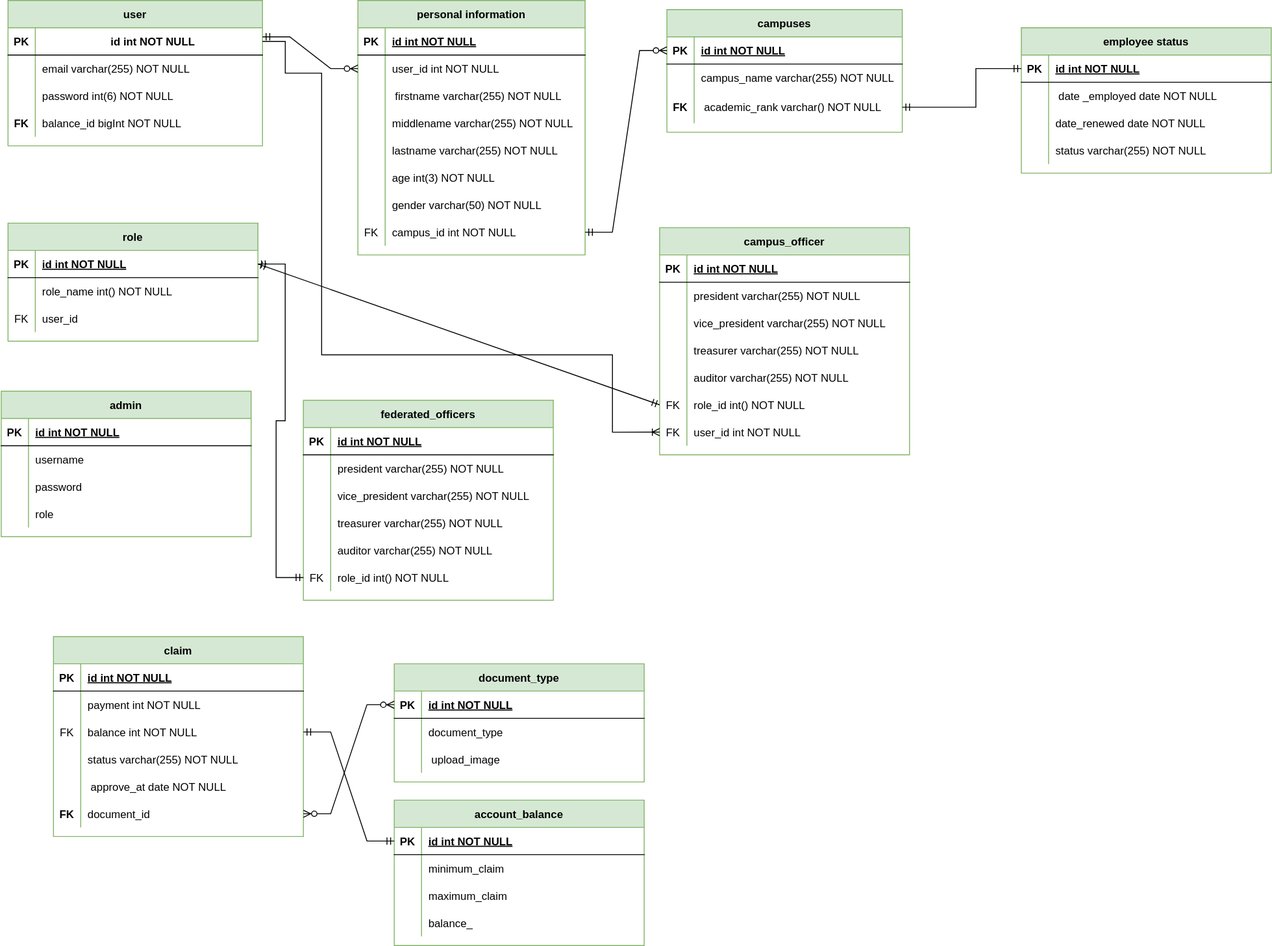
This is faculty_association.drawio.svg from john-rashin/database_scheme, a draw.io export, as it was before one commit. Source tidied: cells renumbered, new cells last; positions are measured from the earlier drawing's top-left corner, leaving out a move shared by most shapes.
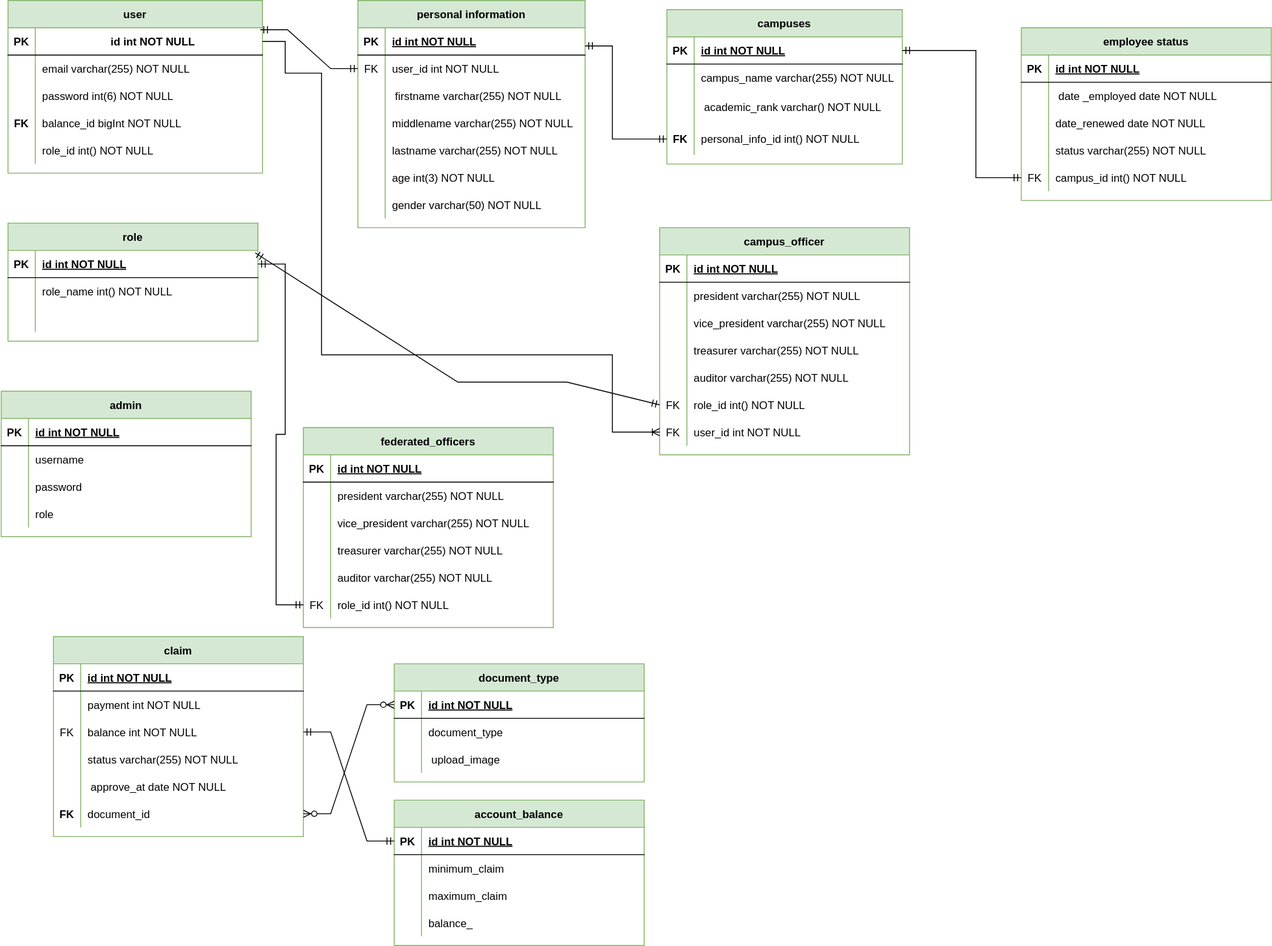
The same diagram one commit later.

Change to the diagram source:
```diff
@@ -3,7 +3,7 @@
     <mxCell id="0" />
     <mxCell id="1" parent="0" />
     <mxCell id="2" value="personal information" style="shape=table;startSize=30;rowLines=0;fontStyle=1;align=center;fillColor=#d5e8d4;strokeColor=#82b366;" parent="1" vertex="1">
-      <mxGeometry x="460" width="250" height="280" as="geometry" />
+      <mxGeometry x="460" width="250" height="250" as="geometry" />
     </mxCell>
     <mxCell id="3" style="shape=partialRectangle;fillColor=none;top=0;left=0;right=0;bottom=1;" parent="2" vertex="1">
       <mxGeometry y="30" width="250" height="30" as="geometry" />
@@ -17,7 +17,7 @@
     <mxCell id="6" style="shape=partialRectangle;fillColor=none;points=[[0,0.5],[1,0.5]];portConstraint=eastwest;top=0;left=0;right=0;bottom=0;" parent="2" vertex="1">
       <mxGeometry y="60" width="250" height="30" as="geometry" />
     </mxCell>
-    <mxCell id="7" style="shape=partialRectangle;overflow=hidden;fillColor=none;top=0;left=0;bottom=0;right=0;" parent="6" vertex="1">
+    <mxCell id="7" value="FK" style="shape=partialRectangle;overflow=hidden;fillColor=none;top=0;left=0;bottom=0;right=0;" parent="6" vertex="1">
       <mxGeometry width="30" height="30" as="geometry" />
     </mxCell>
     <mxCell id="8" value="user_id int NOT NULL" style="shape=partialRectangle;overflow=hidden;fillColor=none;top=0;left=0;bottom=0;right=0;align=left;spacingLeft=6;" parent="6" vertex="1">
@@ -68,17 +68,8 @@
     <mxCell id="23" value="gender varchar(50) NOT NULL" style="shape=partialRectangle;overflow=hidden;fillColor=none;top=0;left=0;bottom=0;right=0;align=left;spacingLeft=6;" parent="21" vertex="1">
       <mxGeometry x="30" width="220" height="30" as="geometry" />
     </mxCell>
-    <mxCell id="24" style="shape=partialRectangle;fillColor=none;points=[[0,0.5],[1,0.5]];portConstraint=eastwest;top=0;left=0;right=0;bottom=0;" parent="2" vertex="1">
-      <mxGeometry y="240" width="250" height="30" as="geometry" />
-    </mxCell>
-    <mxCell id="25" value="FK" style="shape=partialRectangle;overflow=hidden;fillColor=none;top=0;left=0;bottom=0;right=0;" parent="24" vertex="1">
-      <mxGeometry width="30" height="30" as="geometry" />
-    </mxCell>
-    <mxCell id="26" value="campus_id int NOT NULL" style="shape=partialRectangle;overflow=hidden;fillColor=none;top=0;left=0;bottom=0;right=0;align=left;spacingLeft=6;" parent="24" vertex="1">
-      <mxGeometry x="30" width="220" height="30" as="geometry" />
-    </mxCell>
     <mxCell id="27" value="user" style="shape=table;startSize=30;rowLines=0;fontStyle=1;align=center;fillColor=#d5e8d4;strokeColor=#82b366;" parent="1" vertex="1">
-      <mxGeometry x="75" width="280" height="160" as="geometry" />
+      <mxGeometry x="75" width="280" height="190" as="geometry" />
     </mxCell>
     <mxCell id="28" style="shape=partialRectangle;fillColor=none;points=[[0,0.5],[1,0.5]];portConstraint=eastwest;top=0;left=0;right=0;bottom=1;align=center;" parent="27" vertex="1">
       <mxGeometry y="30" width="280" height="30" as="geometry" />
@@ -116,11 +107,20 @@
     <mxCell id="39" value="balance_id bigInt NOT NULL" style="shape=partialRectangle;fillColor=none;top=0;left=0;bottom=0;right=0;align=left;spacingLeft=6;overflow=hidden;" parent="37" vertex="1">
       <mxGeometry x="30" width="250" height="30" as="geometry" />
     </mxCell>
+    <mxCell id="180" style="shape=tableRow;horizontal=0;startSize=0;swimlaneHead=0;swimlaneBody=0;fillColor=none;top=0;left=0;right=0;bottom=0;" parent="27" vertex="1">
+      <mxGeometry y="150" width="280" height="30" as="geometry" />
+    </mxCell>
+    <mxCell id="181" style="shape=partialRectangle;fillColor=none;top=0;left=0;bottom=0;right=0;overflow=hidden;fontStyle=1;" parent="180" vertex="1">
+      <mxGeometry width="30" height="30" as="geometry" />
+    </mxCell>
+    <mxCell id="182" value="role_id int() NOT NULL" style="shape=partialRectangle;fillColor=none;top=0;left=0;bottom=0;right=0;align=left;spacingLeft=6;overflow=hidden;" parent="180" vertex="1">
+      <mxGeometry x="30" width="250" height="30" as="geometry" />
+    </mxCell>
     <mxCell id="40" style="shape=tableRow;horizontal=0;startSize=0;swimlaneHead=0;swimlaneBody=0;fillColor=none;top=0;left=0;right=0;bottom=0;" parent="1" vertex="1">
       <mxGeometry x="80" y="220" width="250" height="30" as="geometry" />
     </mxCell>
     <mxCell id="41" value="campuses" style="shape=table;startSize=30;rowLines=0;fontStyle=1;align=center;fillColor=#d5e8d4;strokeColor=#82b366;" parent="1" vertex="1">
-      <mxGeometry x="800" y="10" width="259" height="135" as="geometry" />
+      <mxGeometry x="800" y="10" width="259" height="170" as="geometry" />
     </mxCell>
     <mxCell id="42" style="shape=partialRectangle;fillColor=none;points=[[0,0.5],[1,0.5]];portConstraint=eastwest;top=0;left=0;right=0;bottom=1;" parent="41" vertex="1">
       <mxGeometry y="30" width="259" height="30" as="geometry" />
@@ -143,14 +143,23 @@
     <mxCell id="48" style="shape=partialRectangle;fillColor=none;points=[[0,0.5],[1,0.5]];portConstraint=eastwest;top=0;left=0;right=0;bottom=0;" parent="41" vertex="1">
       <mxGeometry y="90" width="259" height="35" as="geometry" />
     </mxCell>
-    <mxCell id="49" value="FK" style="shape=partialRectangle;overflow=hidden;fillColor=none;top=0;left=0;bottom=0;right=0;fontStyle=1;" parent="48" vertex="1">
+    <mxCell id="49" style="shape=partialRectangle;overflow=hidden;fillColor=none;top=0;left=0;bottom=0;right=0;fontStyle=1;" parent="48" vertex="1">
       <mxGeometry width="30" height="35" as="geometry" />
     </mxCell>
     <mxCell id="50" value=" academic_rank varchar() NOT NULL" style="shape=partialRectangle;overflow=hidden;fillColor=none;top=0;left=0;bottom=0;right=0;align=left;spacingLeft=6;" parent="48" vertex="1">
       <mxGeometry x="30" width="229" height="35" as="geometry" />
     </mxCell>
+    <mxCell id="183" style="shape=partialRectangle;fillColor=none;points=[[0,0.5],[1,0.5]];portConstraint=eastwest;top=0;left=0;right=0;bottom=0;" parent="41" vertex="1">
+      <mxGeometry y="125" width="259" height="35" as="geometry" />
+    </mxCell>
+    <mxCell id="184" value="FK" style="shape=partialRectangle;overflow=hidden;fillColor=none;top=0;left=0;bottom=0;right=0;fontStyle=1;" parent="183" vertex="1">
+      <mxGeometry width="30" height="35" as="geometry" />
+    </mxCell>
+    <mxCell id="185" value="personal_info_id int() NOT NULL" style="shape=partialRectangle;overflow=hidden;fillColor=none;top=0;left=0;bottom=0;right=0;align=left;spacingLeft=6;" parent="183" vertex="1">
+      <mxGeometry x="30" width="229" height="35" as="geometry" />
+    </mxCell>
     <mxCell id="51" value="employee status" style="shape=table;startSize=30;rowLines=0;fontStyle=1;align=center;fillColor=#d5e8d4;strokeColor=#82b366;" parent="1" vertex="1">
-      <mxGeometry x="1190" y="30" width="275" height="160" as="geometry" />
+      <mxGeometry x="1190" y="30" width="275" height="190" as="geometry" />
     </mxCell>
     <mxCell id="52" style="shape=partialRectangle;fillColor=none;points=[[0,0.5],[1,0.5]];portConstraint=eastwest;top=0;left=0;right=0;bottom=1;" parent="51" vertex="1">
       <mxGeometry y="30" width="275" height="30" as="geometry" />
@@ -188,19 +197,16 @@
     <mxCell id="63" value="status varchar(255) NOT NULL" style="shape=partialRectangle;overflow=hidden;fillColor=none;top=0;left=0;bottom=0;right=0;align=left;spacingLeft=6;" parent="61" vertex="1">
       <mxGeometry x="30" width="245" height="30" as="geometry" />
     </mxCell>
-    <mxCell id="64" style="edgeStyle=entityRelationEdgeStyle;fontSize=12;html=1;endArrow=ERzeroToMany;startArrow=ERmandOne;rounded=0;entryX=0;entryY=0.5;entryDx=0;entryDy=0;" parent="1" edge="1" source="24" target="42">
-      <mxGeometry relative="1" as="geometry">
-        <Array as="points">
-          <mxPoint x="760" y="255" />
-          <mxPoint x="800" y="170" />
-          <mxPoint x="760" y="55" />
-          <mxPoint x="790" y="160" />
-          <mxPoint x="750" y="230" />
-          <mxPoint x="770" y="255" />
-        </Array>
-      </mxGeometry>
-    </mxCell>
+    <mxCell id="186" style="shape=partialRectangle;fillColor=none;points=[[0,0.5],[1,0.5]];portConstraint=eastwest;top=0;left=0;right=0;bottom=0;" parent="51" vertex="1">
+      <mxGeometry y="150" width="275" height="30" as="geometry" />
+    </mxCell>
+    <mxCell id="25" value="FK" style="shape=partialRectangle;overflow=hidden;fillColor=none;top=0;left=0;bottom=0;right=0;" parent="186" vertex="1">
+      <mxGeometry width="30" height="30" as="geometry" />
+    </mxCell>
+    <mxCell id="187" value="campus_id int() NOT NULL" style="shape=partialRectangle;overflow=hidden;fillColor=none;top=0;left=0;bottom=0;right=0;align=left;spacingLeft=6;" parent="186" vertex="1">
+      <mxGeometry x="30" width="245" height="30" as="geometry" />
+    </mxCell>
-    <mxCell id="65" style="fontSize=12;html=1;endArrow=ERmandOne;startArrow=ERmandOne;rounded=0;exitX=1;exitY=0.5;exitDx=0;exitDy=0;edgeStyle=elbowEdgeStyle;entryX=0;entryY=0.5;entryDx=0;entryDy=0;" parent="1" edge="1" source="48" target="52">
+    <mxCell id="65" style="fontSize=12;html=1;endArrow=ERmandOne;startArrow=ERmandOne;rounded=0;exitX=1;exitY=0.5;exitDx=0;exitDy=0;edgeStyle=elbowEdgeStyle;entryX=0;entryY=0.5;entryDx=0;entryDy=0;" parent="1" edge="1" source="42" target="186">
       <mxGeometry relative="1" as="geometry">
         <Array as="points">
           <mxPoint x="1140" y="110" />
@@ -209,7 +215,7 @@
       </mxGeometry>
     </mxCell>
     <mxCell id="66" value="federated_officers" style="shape=table;startSize=30;rowLines=0;fontStyle=1;align=center;fillColor=#d5e8d4;strokeColor=#82b366;" parent="1" vertex="1">
-      <mxGeometry x="400" y="440" width="275" height="220" as="geometry" />
+      <mxGeometry x="400" y="470" width="275" height="220" as="geometry" />
     </mxCell>
     <mxCell id="67" style="shape=partialRectangle;fillColor=none;top=0;left=0;right=0;bottom=1;" parent="66" vertex="1">
       <mxGeometry y="30" width="275" height="30" as="geometry" />
@@ -289,10 +295,10 @@
     <mxCell id="92" style="shape=partialRectangle;fillColor=none;top=0;left=0;right=0;bottom=0;" parent="85" vertex="1">
       <mxGeometry y="90" width="275" height="30" as="geometry" />
     </mxCell>
-    <mxCell id="93" value="FK" style="shape=partialRectangle;overflow=hidden;fillColor=none;top=0;left=0;bottom=0;right=0;" parent="92" vertex="1">
+    <mxCell id="93" style="shape=partialRectangle;overflow=hidden;fillColor=none;top=0;left=0;bottom=0;right=0;" parent="92" vertex="1">
       <mxGeometry width="30" height="30" as="geometry" />
     </mxCell>
-    <mxCell id="94" value="user_id" style="shape=partialRectangle;overflow=hidden;fillColor=none;top=0;left=0;bottom=0;right=0;align=left;spacingLeft=6;" parent="92" vertex="1">
+    <mxCell id="94" style="shape=partialRectangle;overflow=hidden;fillColor=none;top=0;left=0;bottom=0;right=0;align=left;spacingLeft=6;" parent="92" vertex="1">
       <mxGeometry x="30" width="245" height="30" as="geometry" />
     </mxCell>
     <mxCell id="95" value="claim" style="shape=table;startSize=30;rowLines=0;fontStyle=1;align=center;fillColor=#d5e8d4;strokeColor=#82b366;" parent="1" vertex="1">
@@ -529,30 +535,6 @@
     <mxCell id="172" style="edgeStyle=entityRelationEdgeStyle;fontSize=12;html=1;endArrow=ERzeroToMany;endFill=1;startArrow=ERzeroToMany;rounded=0;entryX=0;entryY=0.5;entryDx=0;entryDy=0;exitX=1;exitY=0.5;exitDx=0;exitDy=0;" parent="1" edge="1" source="111" target="137">
       <mxGeometry relative="1" as="geometry" />
     </mxCell>
-    <mxCell id="173" style="edgeStyle=entityRelationEdgeStyle;fontSize=12;html=1;endArrow=ERzeroToMany;endFill=1;startArrow=ERzeroToMany;rounded=0;entryX=0;entryY=0.5;entryDx=0;entryDy=0;exitX=1;exitY=0.5;exitDx=0;exitDy=0;" parent="1" edge="1" source="x">
-      <mxGeometry relative="1" as="geometry">
-        <mxPoint x="792" y="715" as="targetPoint" />
-      </mxGeometry>
-    </mxCell>
-    <mxCell id="174" style="edgeStyle=entityRelationEdgeStyle;fontSize=12;html=1;endArrow=ERzeroToMany;endFill=1;startArrow=ERzeroToMany;rounded=0;entryX=1;entryY=0.5;entryDx=0;entryDy=0;exitX=0;exitY=0.5;exitDx=0;exitDy=0;" parent="1" edge="1" source="130" target="x">
-      <mxGeometry relative="1" as="geometry">
-        <Array as="points">
-          <mxPoint x="780" y="390" />
-        </Array>
-      </mxGeometry>
-    </mxCell>
-    <mxCell id="175" style="edgeStyle=entityRelationEdgeStyle;fontSize=12;html=1;endArrow=ERzeroToMany;startArrow=ERmandOne;rounded=0;entryX=0;entryY=0.5;entryDx=0;entryDy=0;exitX=1;exitY=0.25;exitDx=0;exitDy=0;" parent="1" edge="1" source="27" target="6">
-      <mxGeometry relative="1" as="geometry">
-        <Array as="points">
-          <mxPoint x="400" y="275" />
-          <mxPoint x="440" y="190" />
-          <mxPoint x="400" y="75" />
-          <mxPoint x="430" y="180" />
-          <mxPoint x="390" y="250" />
-          <mxPoint x="410" y="275" />
-        </Array>
-      </mxGeometry>
-    </mxCell>
     <mxCell id="176" style="edgeStyle=orthogonalEdgeStyle;fontSize=12;html=1;endArrow=ERoneToMany;rounded=0;entryX=0;entryY=0.5;entryDx=0;entryDy=0;exitX=1;exitY=0.5;exitDx=0;exitDy=0;" parent="1" edge="1" source="28" target="133">
       <mxGeometry relative="1" as="geometry">
         <Array as="points">
@@ -568,16 +550,33 @@
     <mxCell id="177" style="edgeStyle=entityRelationEdgeStyle;fontSize=12;html=1;endArrow=ERmandOne;startArrow=ERmandOne;rounded=0;entryX=0;entryY=0.5;entryDx=0;entryDy=0;exitX=1;exitY=0.5;exitDx=0;exitDy=0;" parent="1" edge="1" source="86" target="82">
       <mxGeometry relative="1" as="geometry">
         <Array as="points">
-          <mxPoint y="390" />
-          <mxPoint x="350" y="540" />
+          <mxPoint x="5" y="455" />
+          <mxPoint x="355" y="605" />
         </Array>
       </mxGeometry>
     </mxCell>
-    <mxCell id="178" style="fontSize=12;html=1;endArrow=ERmandOne;startArrow=ERmandOne;rounded=0;entryX=0;entryY=0.5;entryDx=0;entryDy=0;exitX=1;exitY=0.5;exitDx=0;exitDy=0;elbow=vertical;" parent="1" edge="1" source="86" target="130">
-      <mxGeometry relative="1" as="geometry" />
+    <mxCell id="178" style="fontSize=12;html=1;endArrow=ERmandOne;startArrow=ERmandOne;rounded=0;entryX=0;entryY=0.5;entryDx=0;entryDy=0;elbow=vertical;exitX=0.989;exitY=0.093;exitDx=0;exitDy=0;exitPerimeter=0;" parent="1" edge="1" source="86" target="130">
+      <mxGeometry relative="1" as="geometry">
+        <Array as="points">
+          <mxPoint x="570" y="420" />
+          <mxPoint x="690" y="420" />
+        </Array>
+      </mxGeometry>
     </mxCell>
     <mxCell id="179" style="edgeStyle=entityRelationEdgeStyle;fontSize=12;html=1;endArrow=ERmandOne;startArrow=ERmandOne;rounded=0;entryX=0;entryY=0.5;entryDx=0;entryDy=0;exitX=1;exitY=0.5;exitDx=0;exitDy=0;" parent="1" edge="1" source="102" target="160">
       <mxGeometry relative="1" as="geometry" />
     </mxCell>
+    <mxCell id="188" style="edgeStyle=entityRelationEdgeStyle;fontSize=12;html=1;endArrow=ERmandOne;startArrow=ERmandOne;rounded=0;exitX=0.991;exitY=0.074;exitDx=0;exitDy=0;entryX=0;entryY=0.5;entryDx=0;entryDy=0;exitPerimeter=0;" parent="1" edge="1" source="28" target="6">
+      <mxGeometry relative="1" as="geometry" />
+    </mxCell>
+    <mxCell id="189" style="fontSize=12;html=1;endArrow=ERmandOne;startArrow=ERmandOne;rounded=0;exitX=1;exitY=0.5;exitDx=0;exitDy=0;edgeStyle=elbowEdgeStyle;entryX=0;entryY=0.5;entryDx=0;entryDy=0;" parent="1" edge="1" target="183">
+      <mxGeometry relative="1" as="geometry">
+        <mxPoint x="710" y="50" as="sourcePoint" />
+        <Array as="points">
+          <mxPoint x="740" y="120" />
+          <mxPoint x="1161" y="47.5" />
+        </Array>
+      </mxGeometry>
+    </mxCell>
   </root>
 </mxGraphModel>
```
